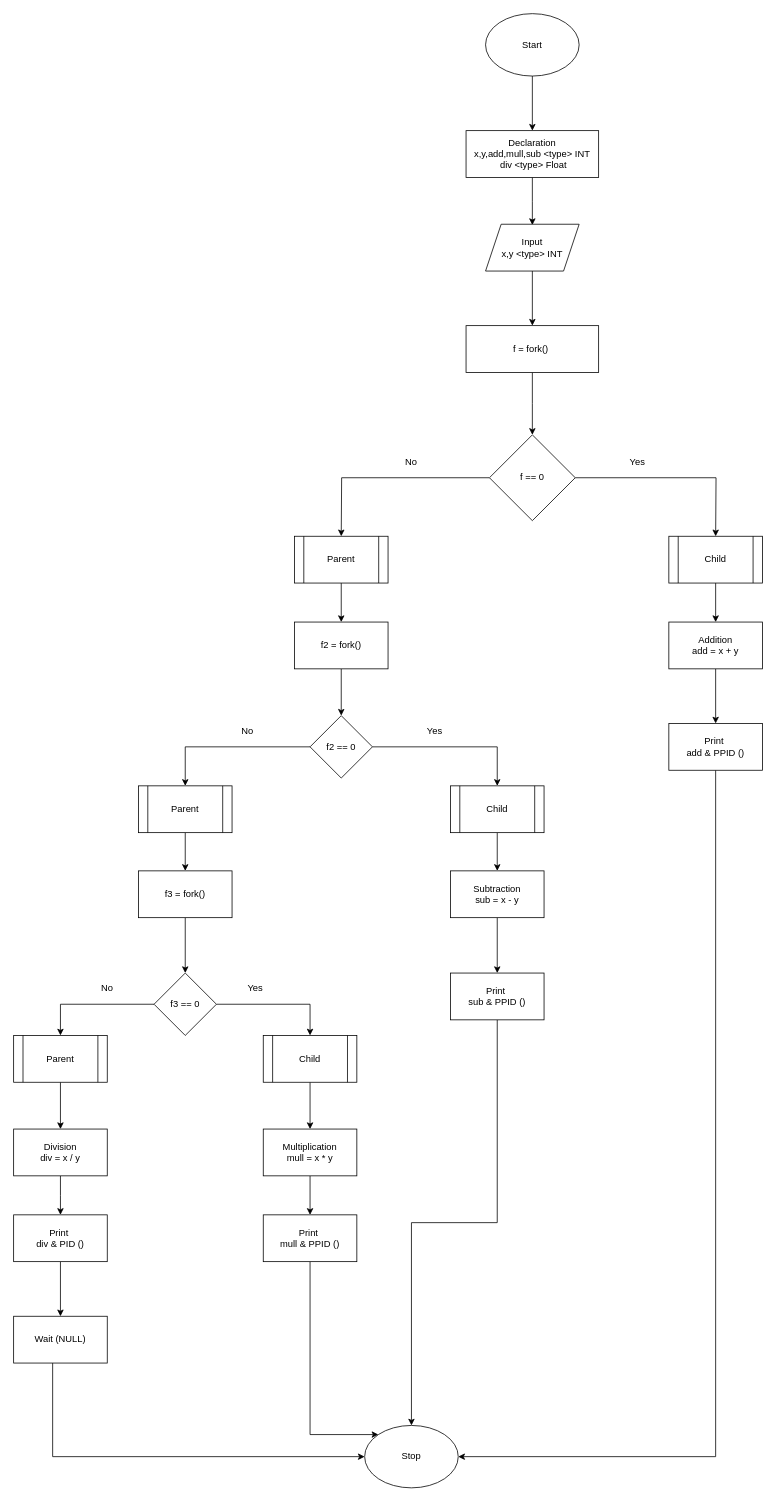
Above: OS /Codes/Lab 1/Lab1Os.drawio in silicon-ninja/University (draw.io), before the change. Source tidied: cells renumbered, new cells numbered last; positions are measured from the earlier drawing's top-left corner, leaving out a move shared by most shapes. Both pictures are drawn from the tidied source at 78%, with x=0, y=0 at pixel (13, 13).
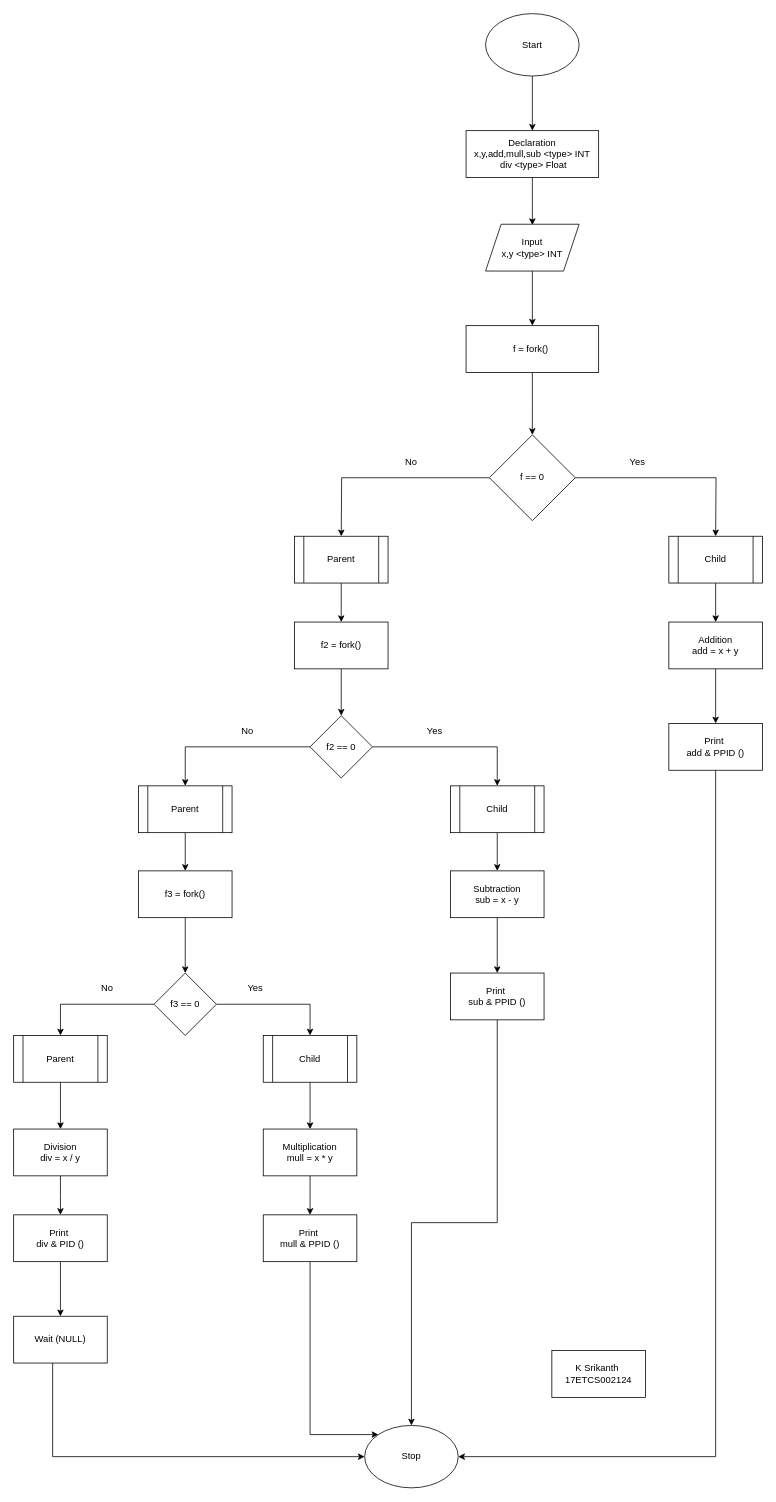
The same diagram, later.

Diff of the diagram source:
```diff
@@
+    <mxCell id="60" value="K Srikanth&amp;nbsp;&lt;br&gt;17ETCS002124" style="rounded=0;whiteSpace=wrap;html=1;" parent="1" vertex="1">
+      <mxGeometry x="690" y="1714" width="120" height="60" as="geometry" />
+    </mxCell>
```
